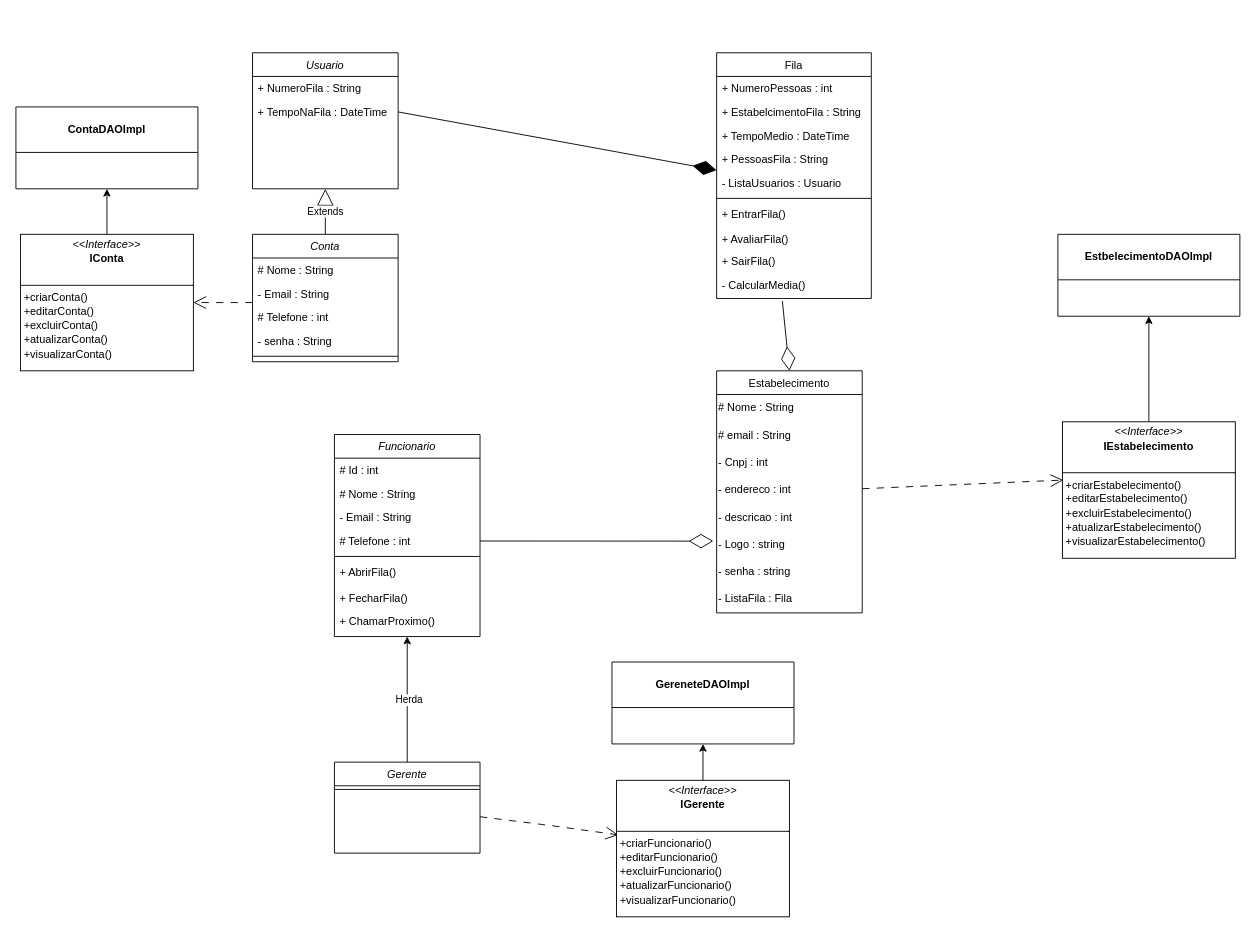
The draw.io diagram DiagramaClassesPit.drawio in ArthurMLi/Pit, before the edit. Source tidied: cells renumbered, new cells numbered last; positions are measured from the earlier drawing's top-left corner, leaving out a move shared by most shapes. Both pictures are drawn from the tidied source at 91%, with x=0, y=0 at pixel (15, 52).
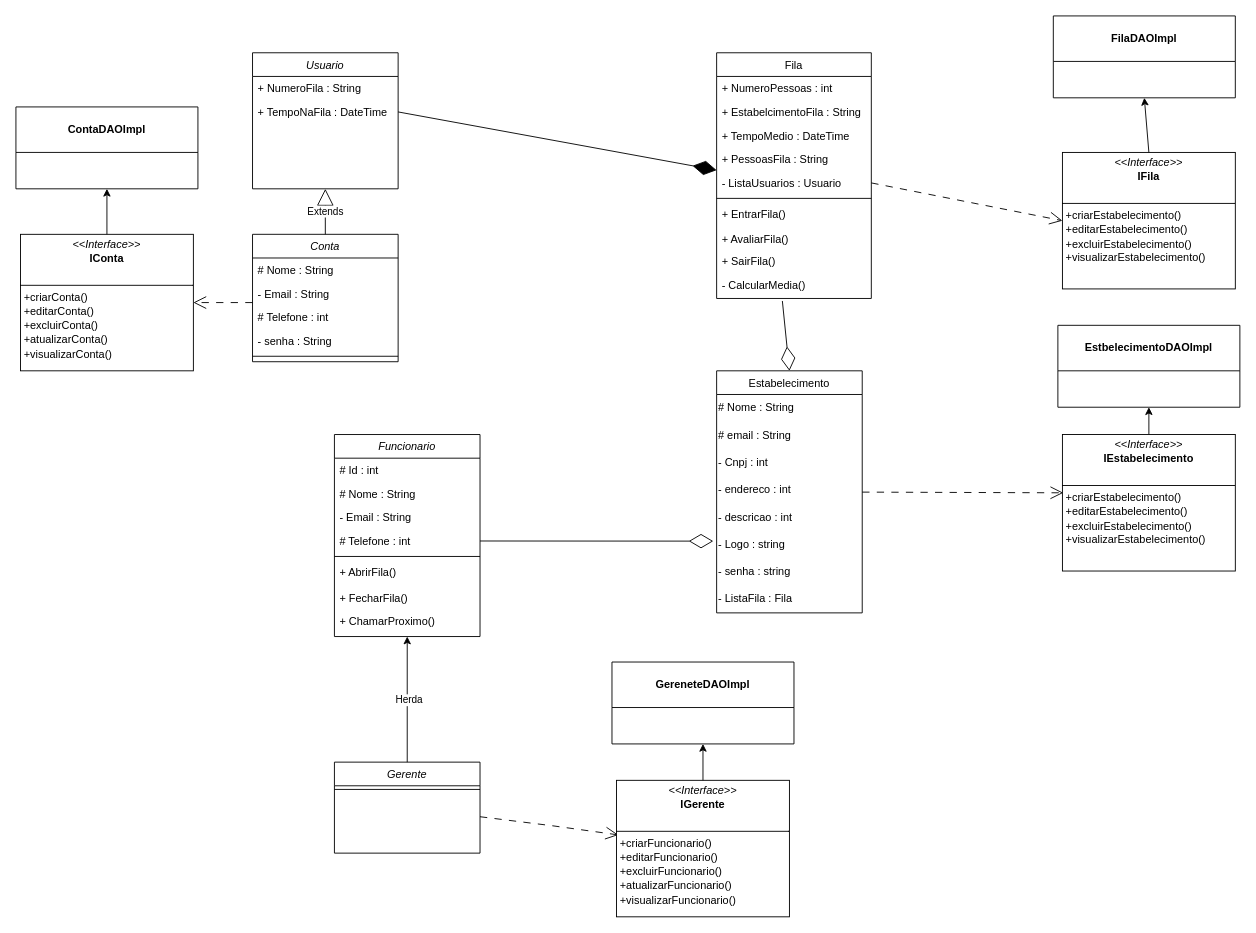
The same diagram, later.

Unchanged cells that the change refers to:
```xml
<mxCell id="19" value="- ListaUsuarios : Usuario" style="text;align=left;verticalAlign=top;spacingLeft=4;spacingRight=4;overflow=hidden;points=[[0,0.5],[1,0.5]];portConstraint=eastwest;rounded=0;shadow=0;html=0;" parent="14" vertex="1">
  <mxGeometry y="130" width="170" height="26" as="geometry" />
</mxCell>
```

What changed in the source:
```diff
@@
     <mxCell id="49" value="EstbelecimentoDAOImpl" style="swimlane;whiteSpace=wrap;html=1;startSize=50;" parent="1" vertex="1">
-      <mxGeometry x="1145" y="200" width="200" height="90" as="geometry" />
+      <mxGeometry x="1145" y="300" width="200" height="90" as="geometry" />
     </mxCell>
@@
-    <mxCell id="53" value="&lt;p style=&quot;margin: 4px 0px 0px; text-align: center; line-height: 130%;&quot;&gt;&lt;i&gt;&amp;lt;&amp;lt;Interface&amp;gt;&amp;gt;&lt;/i&gt;&lt;br&gt;&lt;b&gt;IEstabelecimento&lt;/b&gt;&lt;/p&gt;&lt;br&gt;&lt;hr size=&quot;1&quot; style=&quot;border-style: solid; line-height: 130%;&quot;&gt;&lt;p style=&quot;margin: 0px 0px 0px 4px; line-height: 130%;&quot;&gt;&lt;span style=&quot;background-color: initial;&quot;&gt;+criarEstabelecimento()&lt;/span&gt;&lt;/p&gt;&lt;p style=&quot;margin: 0px 0px 0px 4px; line-height: 130%;&quot;&gt;+editarEstabelecimento()&lt;br&gt;+excluirEstabelecimento()&lt;br&gt;+atualizarEstabelecimento()&lt;/p&gt;&lt;p style=&quot;margin: 0px 0px 0px 4px; line-height: 130%;&quot;&gt;+visualizarEstabelecimento()&lt;br&gt;&lt;br&gt;&lt;br&gt;&lt;/p&gt;" style="verticalAlign=top;align=left;overflow=fill;html=1;whiteSpace=wrap;" parent="1" vertex="1">
-      <mxGeometry x="1150" y="406" width="190" height="150" as="geometry" />
+    <mxCell id="53" value="&lt;p style=&quot;margin: 4px 0px 0px; text-align: center; line-height: 130%;&quot;&gt;&lt;i&gt;&amp;lt;&amp;lt;Interface&amp;gt;&amp;gt;&lt;/i&gt;&lt;br&gt;&lt;b&gt;IEstabelecimento&lt;/b&gt;&lt;/p&gt;&lt;br&gt;&lt;hr size=&quot;1&quot; style=&quot;border-style: solid; line-height: 130%;&quot;&gt;&lt;p style=&quot;margin: 0px 0px 0px 4px; line-height: 130%;&quot;&gt;&lt;span style=&quot;background-color: initial;&quot;&gt;+criarEstabelecimento()&lt;/span&gt;&lt;/p&gt;&lt;p style=&quot;margin: 0px 0px 0px 4px; line-height: 130%;&quot;&gt;+editarEstabelecimento()&lt;br&gt;+excluirEstabelecimento()&lt;br&gt;&lt;/p&gt;&lt;p style=&quot;margin: 0px 0px 0px 4px; line-height: 130%;&quot;&gt;+visualizarEstabelecimento()&lt;br&gt;&lt;br&gt;&lt;br&gt;&lt;/p&gt;" style="verticalAlign=top;align=left;overflow=fill;html=1;whiteSpace=wrap;" parent="1" vertex="1">
+      <mxGeometry x="1150" y="420" width="190" height="150" as="geometry" />
     </mxCell>
@@
+    <mxCell id="60" value="&lt;p style=&quot;margin: 4px 0px 0px; text-align: center; line-height: 130%;&quot;&gt;&lt;i&gt;&amp;lt;&amp;lt;Interface&amp;gt;&amp;gt;&lt;/i&gt;&lt;br&gt;&lt;b&gt;IFila&lt;/b&gt;&lt;/p&gt;&lt;br&gt;&lt;hr size=&quot;1&quot; style=&quot;border-style: solid; line-height: 130%;&quot;&gt;&lt;p style=&quot;margin: 0px 0px 0px 4px; line-height: 130%;&quot;&gt;&lt;span style=&quot;background-color: initial;&quot;&gt;+criarEstabelecimento()&lt;/span&gt;&lt;/p&gt;&lt;p style=&quot;margin: 0px 0px 0px 4px; line-height: 130%;&quot;&gt;+editarEstabelecimento()&lt;br&gt;+excluirEstabelecimento()&lt;br&gt;&lt;/p&gt;&lt;p style=&quot;margin: 0px 0px 0px 4px; line-height: 130%;&quot;&gt;+visualizarEstabelecimento()&lt;br&gt;&lt;br&gt;&lt;br&gt;&lt;/p&gt;" style="verticalAlign=top;align=left;overflow=fill;html=1;whiteSpace=wrap;" parent="1" vertex="1">
+      <mxGeometry x="1150" y="110" width="190" height="150" as="geometry" />
+    </mxCell>
+    <mxCell id="61" value="FilaDAOImpl" style="swimlane;whiteSpace=wrap;html=1;startSize=50;" parent="1" vertex="1">
+      <mxGeometry x="1140" y="-40" width="200" height="90" as="geometry" />
+    </mxCell>
+    <mxCell id="62" style="endArrow=classic;html=1;rounded=0;entryX=0.5;entryY=1;entryDx=0;entryDy=0;exitX=0.5;exitY=0;exitDx=0;exitDy=0;" parent="1" edge="1" source="60" target="61">
+      <mxGeometry relative="1" as="geometry" />
+    </mxCell>
+    <mxCell id="63" style="endArrow=open;html=1;rounded=0;dashed=1;dashPattern=8 8;endFill=0;strokeWidth=1;endSize=12;entryX=0;entryY=0.5;entryDx=0;entryDy=0;exitX=1;exitY=0.5;exitDx=0;exitDy=0;" parent="1" edge="1" source="19" target="60">
+      <mxGeometry relative="1" as="geometry" />
+    </mxCell>
```
